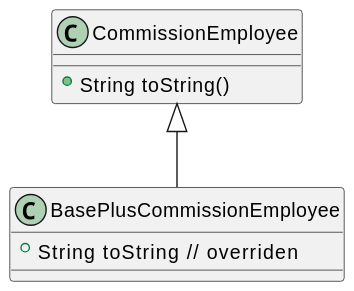
The PlantUML diagram assets/java-programming/images/10-class-diagram-4.svg in rewls/rewls.github.io, before a commit. Its diagram source:
```plantuml
@startuml 10-class-diagram-4
class CommissionEmployee {
	+ String toString()
}
class BasePlusCommissionEmployee {
	+ String toString  // overriden
}

BasePlusCommissionEmployee -u-|> CommissionEmployee
@enduml
```
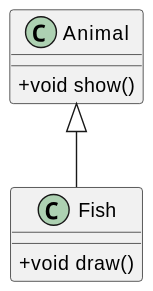
The same diagram one commit later.

The edit, as a diff of the source:
```diff
@@ -1,10 +1,11 @@
 @startuml 10-class-diagram-4
-class CommissionEmployee {
-	+ String toString()
+skinparam classAttributeIconSize 0
+class Animal {
+	+ void show()
 }
-class BasePlusCommissionEmployee {
-	+ String toString  // overriden
+class Fish {
+	+ void draw()
 }
 
-BasePlusCommissionEmployee -u-|> CommissionEmployee
+Fish -u-|> Animal
 @enduml
```
